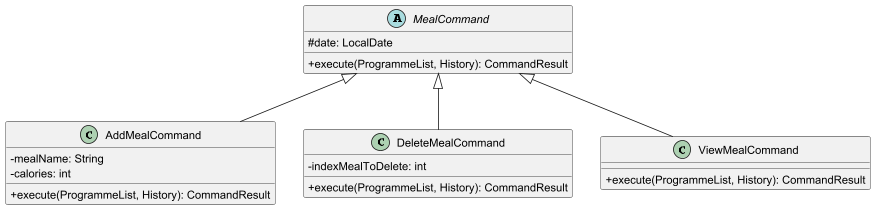
The PlantUML diagram docs/images/mealCommandSummary.png in nus-cs2113-AY2425S1/tp, before a commit. Source of this version:
```plantuml
@startuml

skinparam classAttributeIconSize 0

abstract class MealCommand {
    # date: LocalDate
    + execute(ProgrammeList, History): CommandResult
}

class AddMealCommand {
    - mealName: String
    - calories: int
    + execute(ProgrammeList, History): CommandResult
}

class DeleteMealCommand {
    - indexMealToDelete: int
    + execute(ProgrammeList, History): CommandResult
}

class ViewMealCommand {
    + execute(ProgrammeList, History): CommandResult
}

MealCommand <|-- AddMealCommand
MealCommand <|-- DeleteMealCommand
MealCommand <|-- ViewMealCommand

@enduml
```
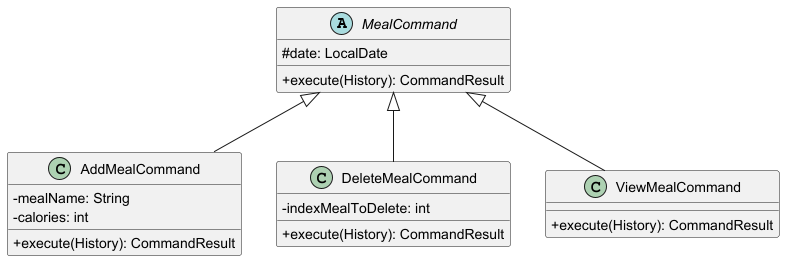
After the commit.

What changed in the source:
```diff
@@ -4,22 +4,22 @@
 
 abstract class MealCommand {
     # date: LocalDate
-    + execute(ProgrammeList, History): CommandResult
+    + execute(History): CommandResult
 }
 
 class AddMealCommand {
     - mealName: String
     - calories: int
-    + execute(ProgrammeList, History): CommandResult
+    + execute(History): CommandResult
 }
 
 class DeleteMealCommand {
     - indexMealToDelete: int
-    + execute(ProgrammeList, History): CommandResult
+    + execute(History): CommandResult
 }
 
 class ViewMealCommand {
-    + execute(ProgrammeList, History): CommandResult
+    + execute(History): CommandResult
 }
 
 MealCommand <|-- AddMealCommand
```
